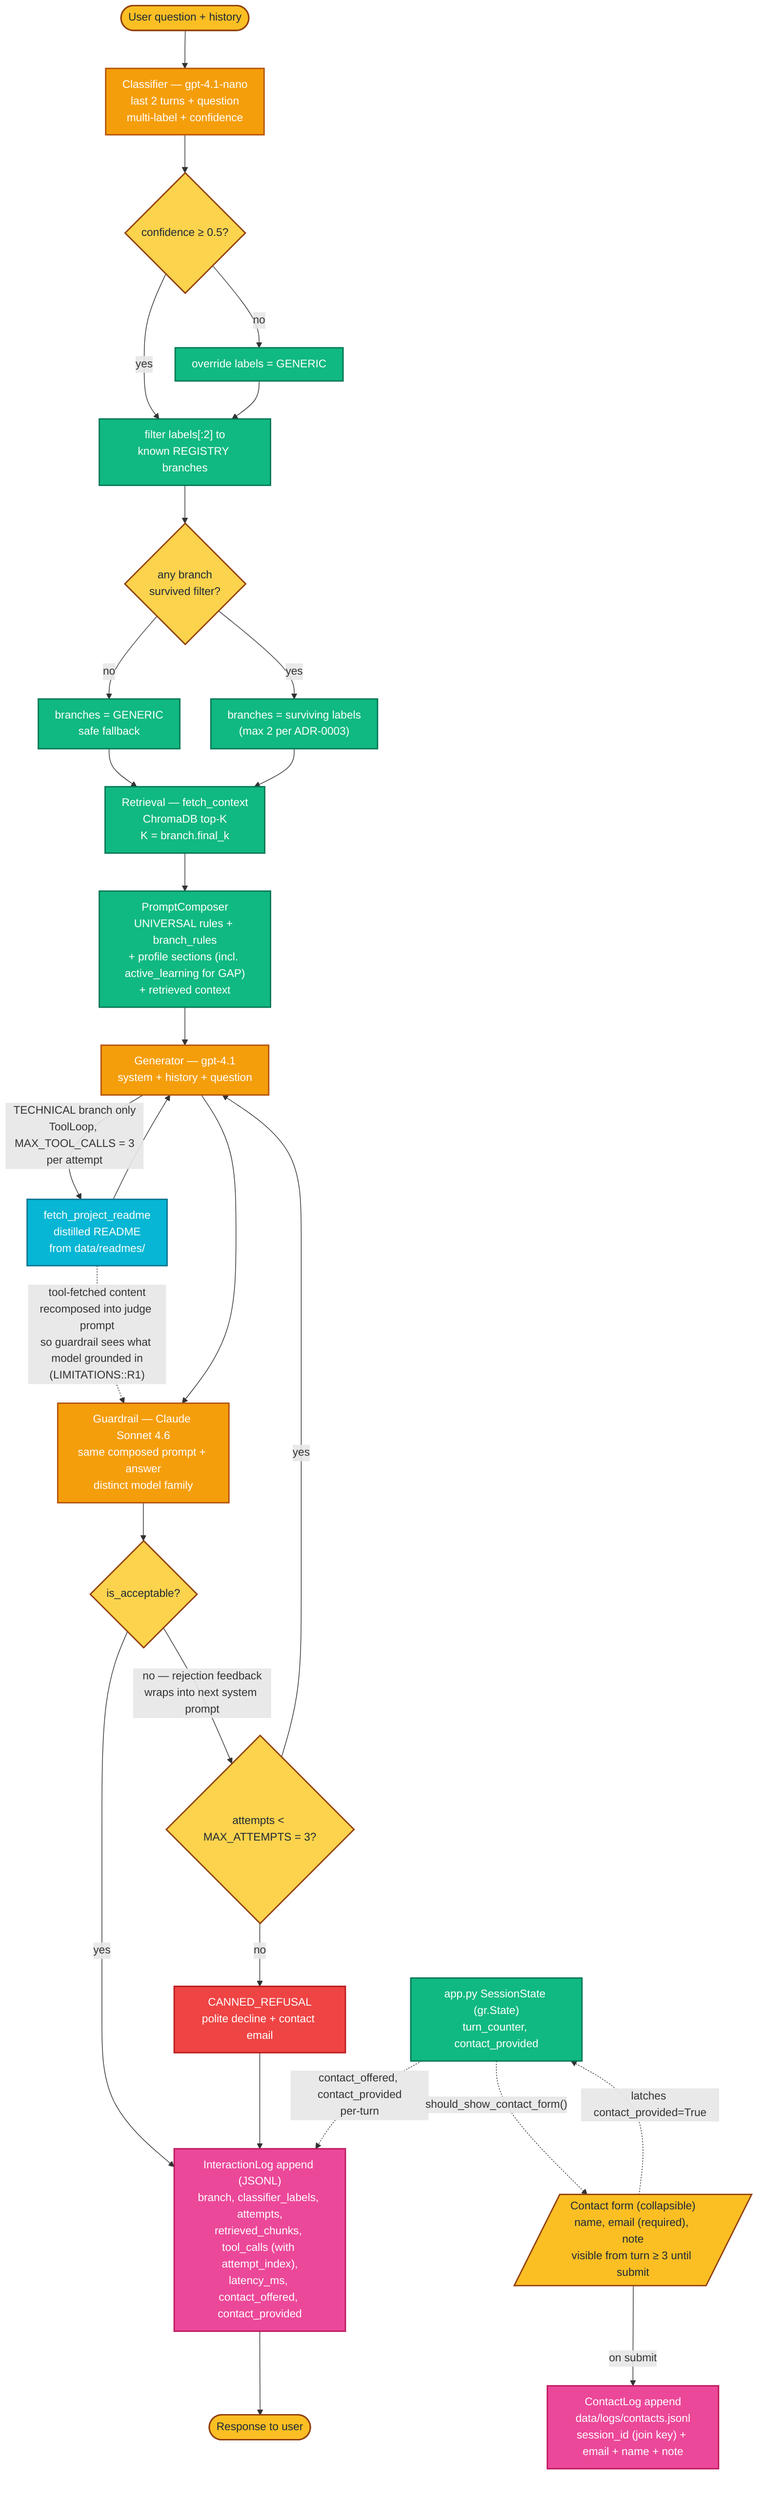
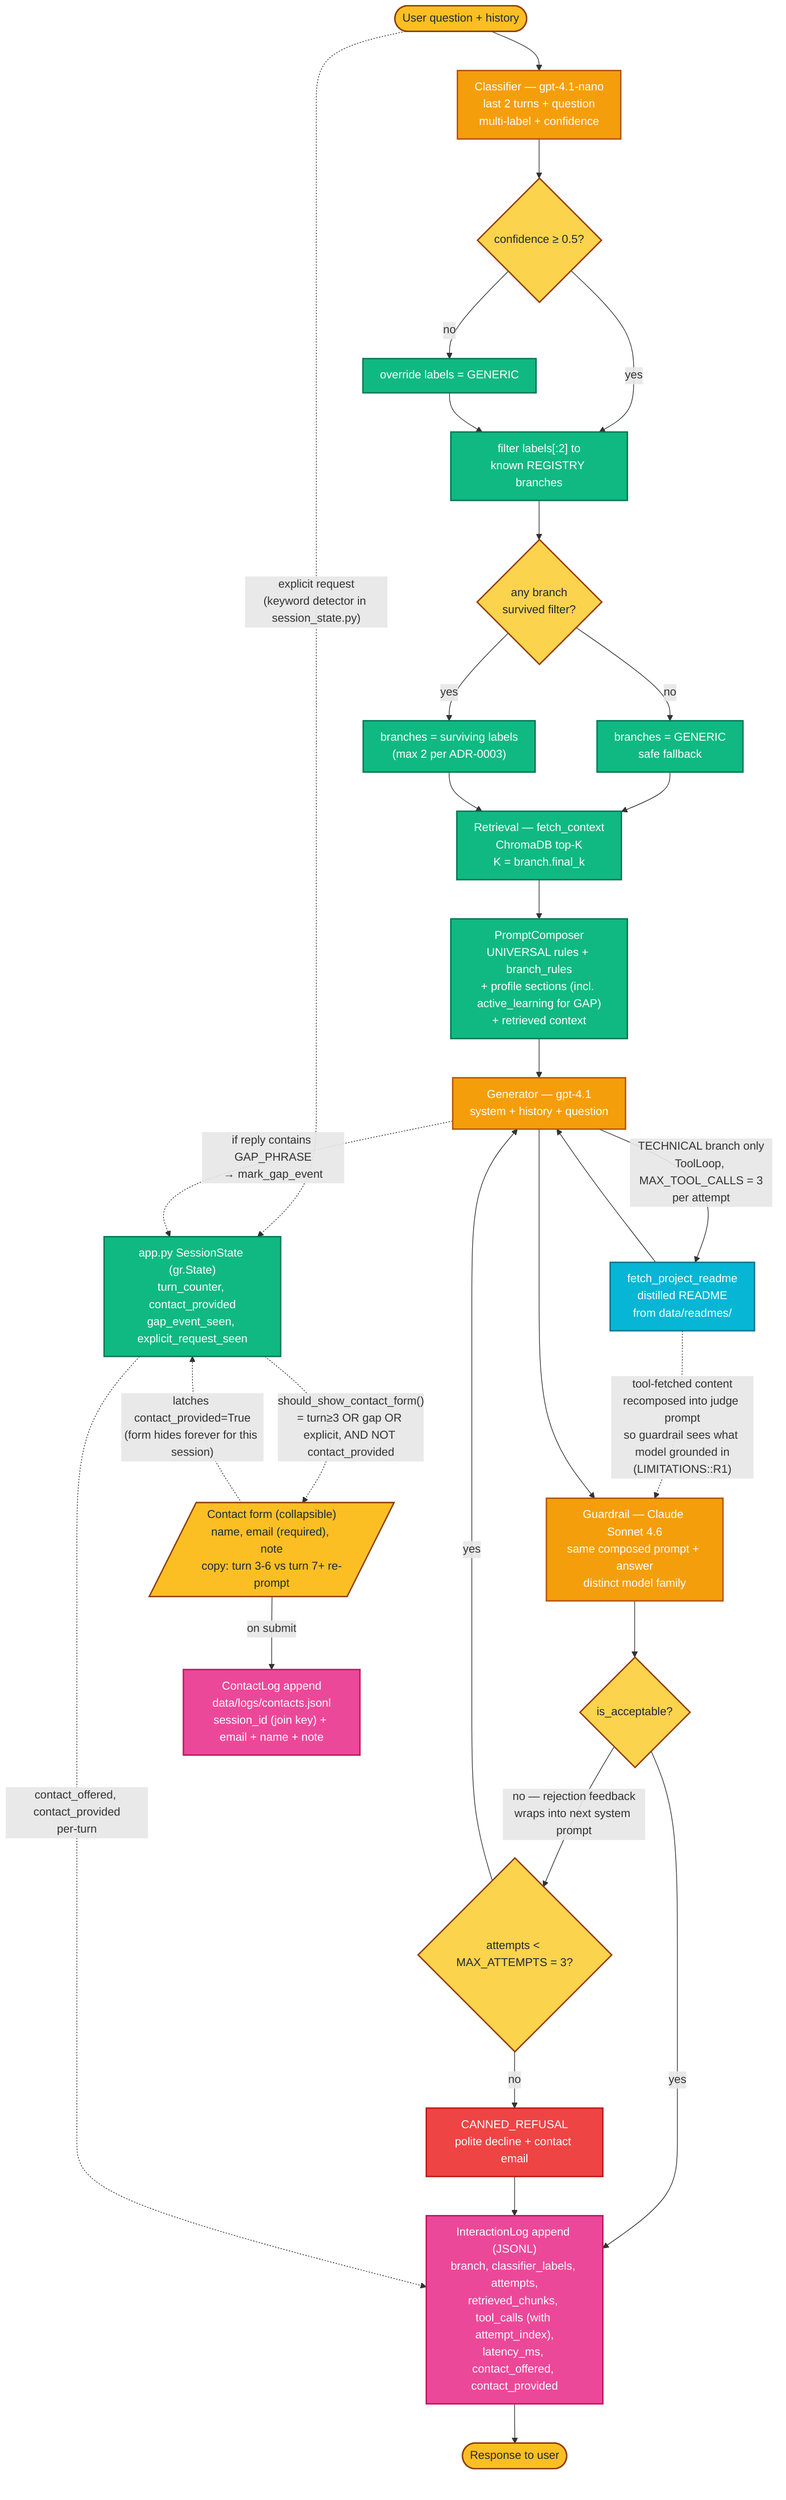
%%{init: {'flowchart': {'nodeSpacing': 45, 'rankSpacing': 55, 'curve': 'basis', 'padding': 12}}}%%
%% Hand-editable runtime pipeline diagram for the Digital Twin.
%% Edit this file whenever pipeline behaviour changes — new branch, new tool,
%% new decision point, retry policy change, new log field. After editing run:
%%   uv run python src/system_map.py
%% to regenerate docs/MAP.md and docs/MAP.html (both this diagram and the
%% auto-generated module graph).
%% Colour conventions: orange = LLM call, green = pure transform,
%% yellow = decision, pink = side effect, red = canned refusal,
%% cyan = model-callable tool (TECHNICAL branch),
%% dashed grey = future / not yet wired.
flowchart TD
  classDef io fill:#fbbf24,stroke:#92400e,color:#1f2937,stroke-width:2px
  classDef llm fill:#f59e0b,stroke:#b45309,color:#ffffff,stroke-width:2px
  classDef decision fill:#fcd34d,stroke:#92400e,color:#1f2937,stroke-width:2px
  classDef pure fill:#10b981,stroke:#047857,color:#ffffff,stroke-width:2px
  classDef sideEffect fill:#ec4899,stroke:#be185d,color:#ffffff,stroke-width:2px
  classDef refusal fill:#ef4444,stroke:#b91c1c,color:#ffffff,stroke-width:2px
  classDef tool fill:#06b6d4,stroke:#0e7490,color:#ffffff,stroke-width:2px
  classDef future fill:#cbd5e1,stroke:#64748b,color:#1f2937,stroke-width:2px,stroke-dasharray:5 4

  USER([User question + history]):::io
  USER --> CLASSIFY["Classifier — gpt-4.1-nano<br/>last 2 turns + question<br/>multi-label + confidence"]:::llm
  CLASSIFY --> CONF{"confidence &ge; 0.5?"}:::decision
  CONF -->|no| GENFALL["override labels = GENERIC"]:::pure
  CONF -->|yes| FILTER["filter labels[:2] to<br/>known REGISTRY branches"]:::pure
  GENFALL --> FILTER
  FILTER --> EMPTY{"any branch<br/>survived filter?"}:::decision
  EMPTY -->|no| GENFALL2["branches = GENERIC<br/>safe fallback"]:::pure
  EMPTY -->|yes| ROUTE["branches = surviving labels<br/>(max 2 per ADR-0003)"]:::pure
  GENFALL2 --> RETR
  ROUTE --> RETR["Retrieval — fetch_context<br/>ChromaDB top-K<br/>K = branch.final_k"]:::pure
  RETR --> COMP["PromptComposer<br/>UNIVERSAL rules + branch_rules<br/>+ profile sections (incl. active_learning for GAP)<br/>+ retrieved context"]:::pure
  COMP --> GEN["Generator — gpt-4.1<br/>system + history + question"]:::llm
  GEN -->|"TECHNICAL branch only<br/>ToolLoop, MAX_TOOL_CALLS = 3<br/>per attempt"| TOOL["fetch_project_readme<br/>distilled README<br/>from data/readmes/"]:::tool
  TOOL --> GEN
  TOOL -.->|"tool-fetched content<br/>recomposed into judge prompt<br/>so guardrail sees what model grounded in<br/>(LIMITATIONS::R1)"| JUDGE
  GEN --> JUDGE["Guardrail — Claude Sonnet 4.6<br/>same composed prompt + answer<br/>distinct model family"]:::llm
  JUDGE --> ACCEPT{"is_acceptable?"}:::decision
  ACCEPT -->|yes| LOG["InteractionLog append (JSONL)<br/>branch, classifier_labels, attempts,<br/>retrieved_chunks, tool_calls (with attempt_index),<br/>latency_ms, contact_offered, contact_provided"]:::sideEffect
  ACCEPT -->|"no — rejection feedback<br/>wraps into next system prompt"| RETRY{"attempts &lt; MAX_ATTEMPTS = 3?"}:::decision
  RETRY -->|yes| GEN
  RETRY -->|no| REFUSE["CANNED_REFUSAL<br/>polite decline + contact email"]:::refusal
  REFUSE --> LOG
  LOG --> RESP([Response to user]):::io

-   %% Contact-flow side-channel (#16) — runs in app.py outside the per-turn pipeline.
-   %% SessionState (in gr.State) drives a collapsible form that appears at turn 3
-   %% and writes to a separate file joinable to interactions.jsonl on session_id.
-   STATE["app.py SessionState (gr.State)<br/>turn_counter, contact_provided"]:::pure
+   %% Contact-flow side-channel (#16 + Session 26 expansion) — runs in app.py
+   %% outside the per-turn pipeline. SessionState (in gr.State) holds three
+   %% independent triggers (turn-3, gap event, explicit request); any of them
+   %% surfaces the form. contact_provided=True latches all triggers off.
+   %% Form copy switches at turn 7 to a re-engagement nudge.
+   STATE["app.py SessionState (gr.State)<br/>turn_counter, contact_provided<br/>gap_event_seen, explicit_request_seen"]:::pure
  STATE -.->|"contact_offered, contact_provided<br/>per-turn"| LOG
-   FORM[/"Contact form (collapsible)<br/>name, email (required), note<br/>visible from turn ≥ 3 until submit"/]:::io
-   STATE -.->|"should_show_contact_form()"| FORM
+   USER -.->|"explicit request<br/>(keyword detector in session_state.py)"| STATE
+   GEN -.->|"if reply contains GAP_PHRASE<br/>→ mark_gap_event"| STATE
+   FORM[/"Contact form (collapsible)<br/>name, email (required), note<br/>copy: turn 3-6 vs turn 7+ re-prompt"/]:::io
+   STATE -.->|"should_show_contact_form()<br/>= turn≥3 OR gap OR explicit, AND NOT contact_provided"| FORM
  FORM -->|"on submit"| CONTACTS["ContactLog append<br/>data/logs/contacts.jsonl<br/>session_id (join key) + email + name + note"]:::sideEffect
-   FORM -.->|"latches contact_provided=True"| STATE
+   FORM -.->|"latches contact_provided=True<br/>(form hides forever for this session)"| STATE
